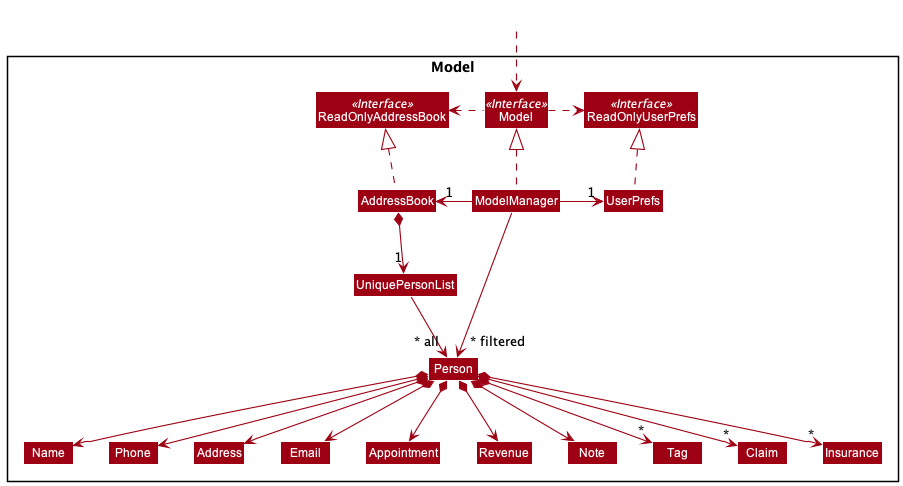
Before: docs/images/ModelClassDiagram.png, a diagram exported from PlantUML (nus-cs2103-AY2122S1/tp).
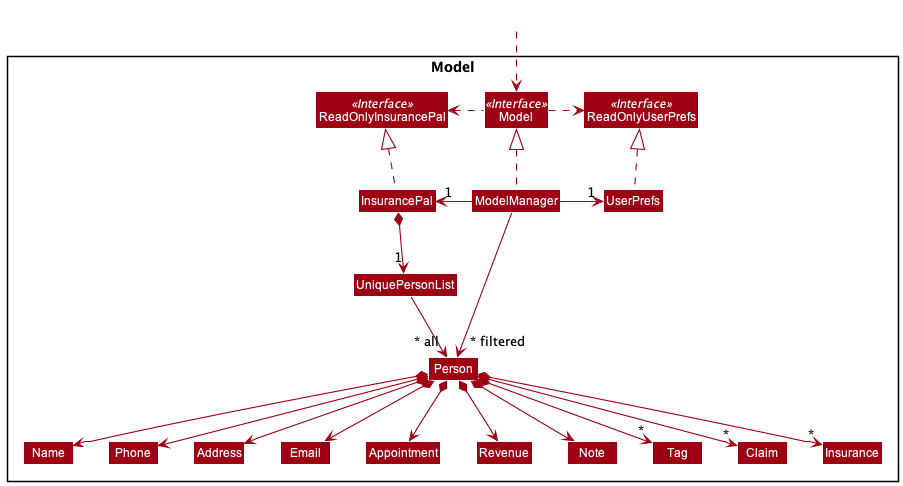
After the change.

What changed in the source:
```diff
@@ -5,11 +5,11 @@
 skinparam classBackgroundColor MODEL_COLOR
 
 Package Model <<Rectangle>>{
-Interface ReadOnlyAddressBook <<Interface>>
+Interface ReadOnlyInsurancePal <<Interface>>
 Interface ReadOnlyUserPrefs <<Interface>>
 Interface Model <<Interface>>
-Class AddressBook
-Class ReadOnlyAddressBook
+Class InsurancePal
+Class ReadOnlyInsurancePal
 Class Model
 Class ModelManager
 Class UserPrefs
@@ -34,16 +34,16 @@
 Class HiddenOutside #FFFFFF
 HiddenOutside ..> Model
 
-AddressBook .up.|> ReadOnlyAddressBook
+InsurancePal .up.|> ReadOnlyInsurancePal
 
 ModelManager .up.|> Model
 Model .right.> ReadOnlyUserPrefs
-Model .left.> ReadOnlyAddressBook
-ModelManager -left-> "1" AddressBook
+Model .left.> ReadOnlyInsurancePal
+ModelManager -left-> "1" InsurancePal
 ModelManager -right-> "1" UserPrefs
 UserPrefs .up.|> ReadOnlyUserPrefs
 
-AddressBook *--> "1" UniquePersonList
+InsurancePal *--> "1" UniquePersonList
 UniquePersonList --> "~* all" Person
 Person *--> Name
 Person *--> Phone
```
